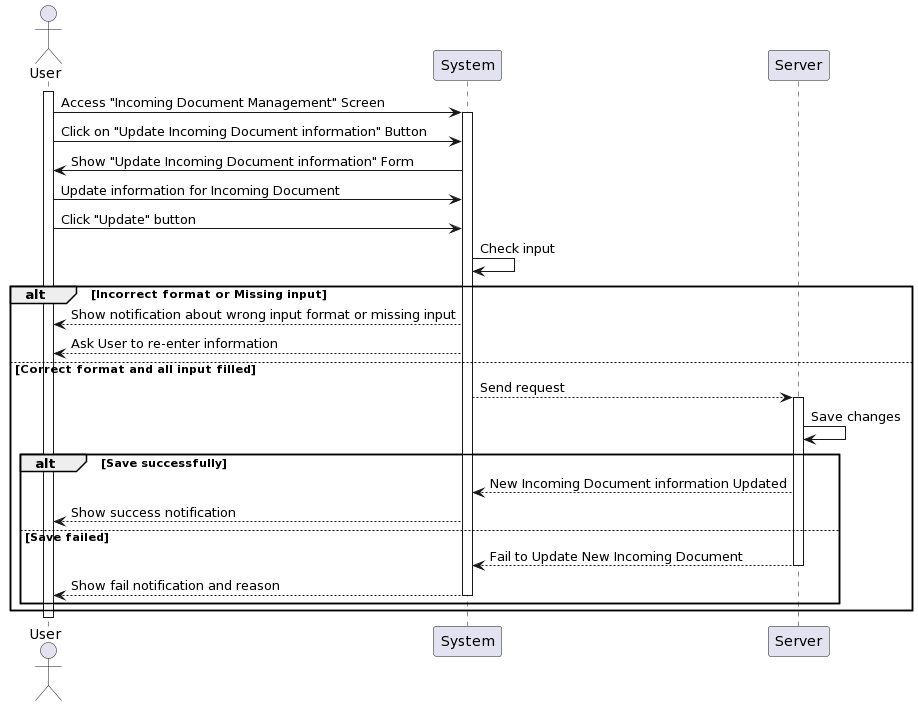
khoapham1003/SE357-Pratice-class keeps this PlantUML diagram as Lab1/Lab1.2/SequenceDiagram/IncomingDocument/UpdateIncomingDocumentinformation/UpdateIncomingDocumentinformation_SequenceDiagram.png. Above is the earlier version.
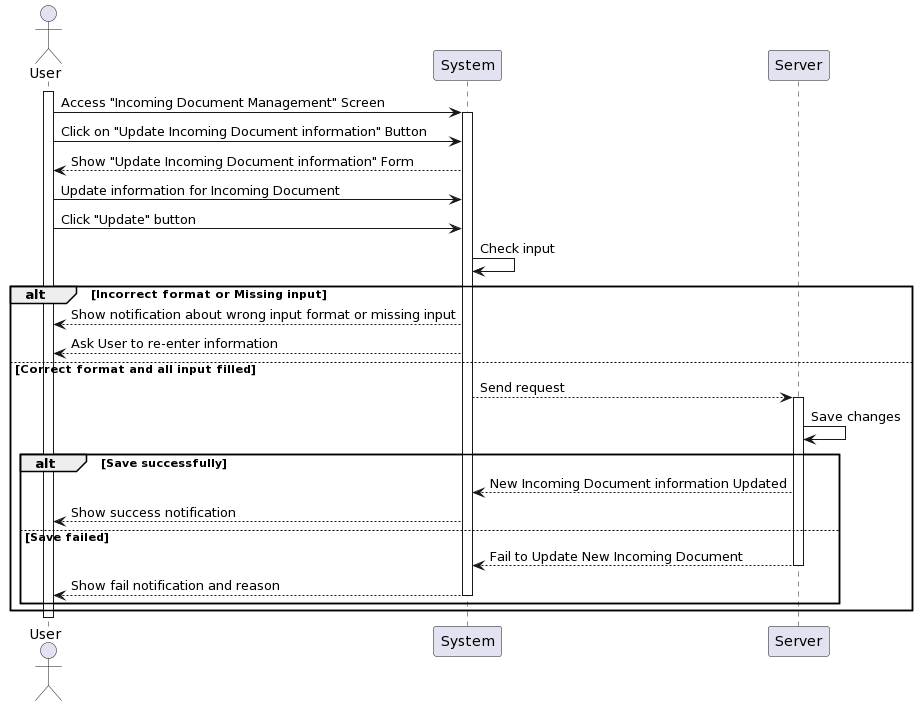
The same file after the commit.

Diff of the diagram source:
```diff
@@ -7,7 +7,7 @@
 User -> System: Access "Incoming Document Management" Screen
 activate System
 User -> System: Click on "Update Incoming Document information" Button
-System -> User: Show "Update Incoming Document information" Form
+System --> User: Show "Update Incoming Document information" Form
 User -> System: Update information for Incoming Document
 User -> System: Click "Update" button
 System -> System: Check input
```
